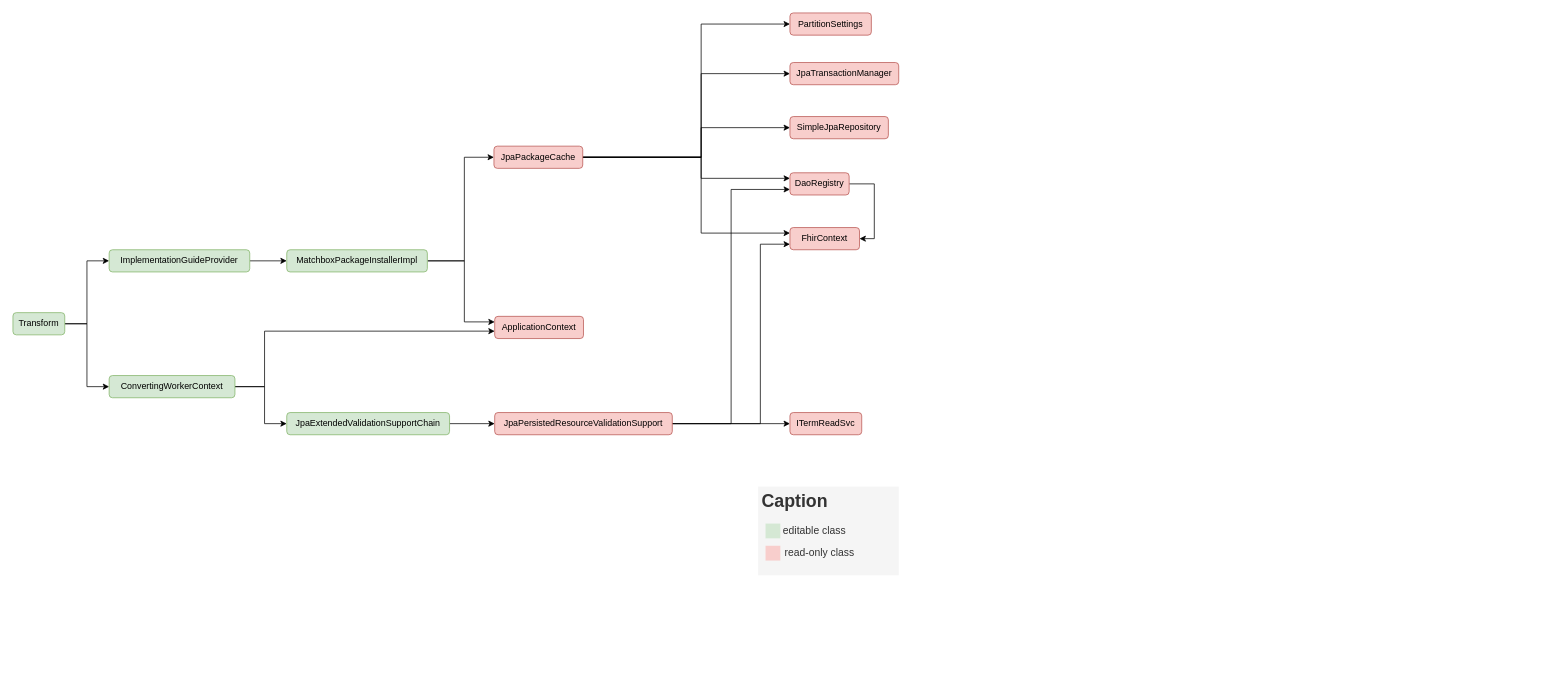
Above: graph/dependency_graph.drawio in ronaldo-loureiro/matchbox (draw.io), before the change. Source tidied: cells renumbered, new cells numbered last; positions are measured from the earlier drawing's top-left corner, leaving out a move shared by most shapes. Both pictures are drawn from the tidied source at 74%, with x=0, y=0 at pixel (13, 13).
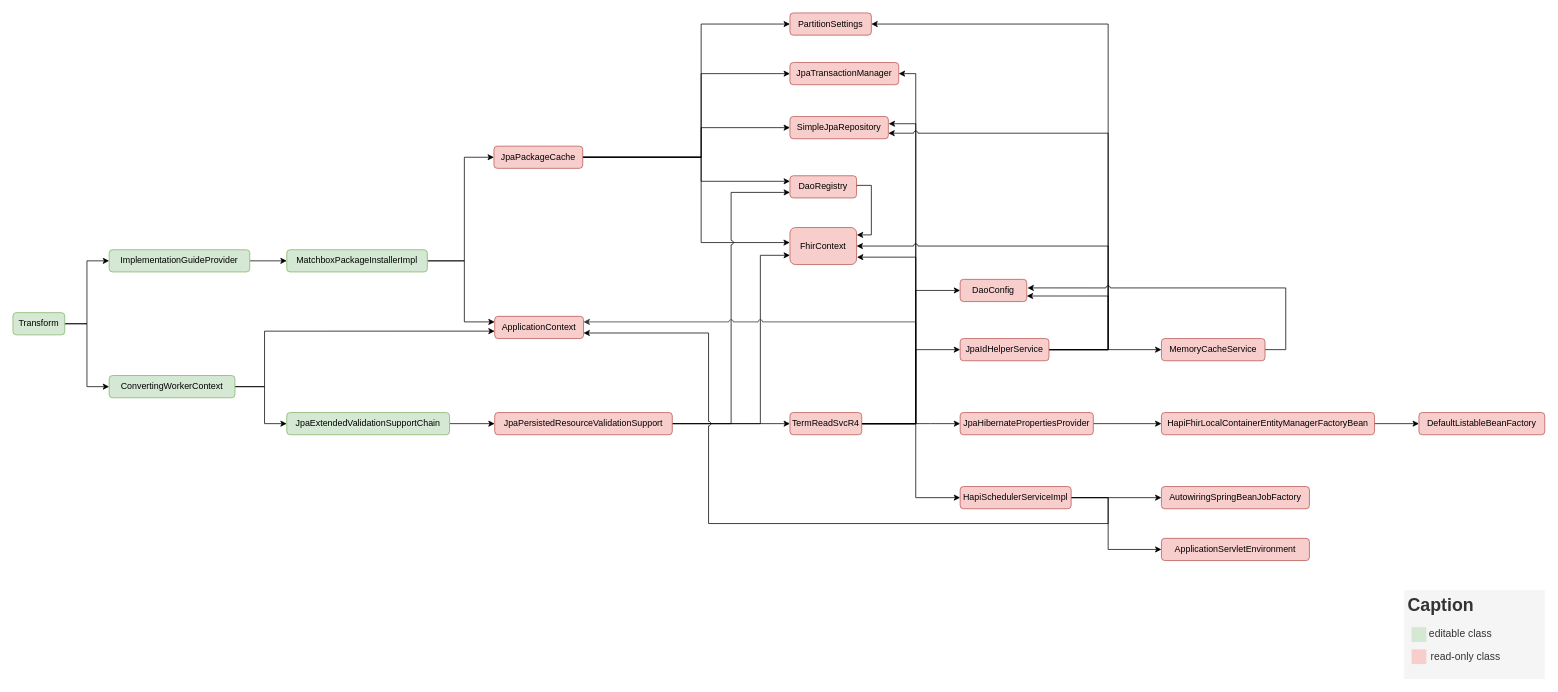
Above is the later version.

Commit message (it also covers changes not shown here):
dependency graph update

Unchanged cells that the change refers to:
```xml
<mxCell id="18" value="JpaPackageCache" style="rounded=1;whiteSpace=wrap;html=1;fillColor=#f8cecc;strokeColor=#b85450;" parent="1" vertex="1">
  <mxGeometry x="650" y="180" width="120" height="30" as="geometry" />
</mxCell>
<mxCell id="19" value="ApplicationContext" style="rounded=1;whiteSpace=wrap;html=1;fillColor=#f8cecc;strokeColor=#b85450;" parent="1" vertex="1">
  <mxGeometry x="651" y="410" width="120" height="30" as="geometry" />
</mxCell>
<mxCell id="27" value="JpaTransactionManager" style="rounded=1;whiteSpace=wrap;html=1;fillColor=#f8cecc;strokeColor=#b85450;" parent="1" vertex="1">
  <mxGeometry x="1050" y="67" width="147" height="30" as="geometry" />
</mxCell>
<mxCell id="28" value="PartitionSettings" style="rounded=1;whiteSpace=wrap;html=1;fillColor=#f8cecc;strokeColor=#b85450;" parent="1" vertex="1">
  <mxGeometry x="1050" width="110" height="30" as="geometry" />
</mxCell>
<mxCell id="34" value="JpaPersistedResourceValidationSupport" style="rounded=1;whiteSpace=wrap;html=1;fillColor=#f8cecc;strokeColor=#b85450;" parent="1" vertex="1">
  <mxGeometry x="651" y="540" width="240" height="30" as="geometry" />
</mxCell>
<mxCell id="36" value="SimpleJpaRepository" style="rounded=1;whiteSpace=wrap;html=1;fillColor=#f8cecc;strokeColor=#b85450;" parent="1" vertex="1">
  <mxGeometry x="1050" y="140" width="133" height="30" as="geometry" />
</mxCell>
```

What changed in the source:
```diff
@@
-    <mxCell id="14" style="edgeStyle=orthogonalEdgeStyle;rounded=0;jettySize=auto;html=1;entryX=0;entryY=0.25;entryDx=0;entryDy=0;" parent="1" edge="1" source="18" target="26">
+    <mxCell id="14" style="edgeStyle=orthogonalEdgeStyle;rounded=0;jettySize=auto;html=1;entryX=-0.002;entryY=0.406;entryDx=0;entryDy=0;jumpStyle=arc;entryPerimeter=0;" parent="1" edge="1" source="18" target="26">
       <mxGeometry relative="1" as="geometry">
         <Array as="points">
           <mxPoint x="930" y="195" />
-          <mxPoint x="930" y="297" />
+          <mxPoint x="930" y="310" />
+          <mxPoint x="1050" y="310" />
         </Array>
       </mxGeometry>
     </mxCell>
@@
+    <mxCell id="17" style="edgeStyle=orthogonalEdgeStyle;rounded=0;jettySize=auto;html=1;entryX=0;entryY=0.5;entryDx=0;entryDy=0;" parent="1" edge="1" source="18" target="36">
+      <mxGeometry relative="1" as="geometry">
+        <Array as="points">
+          <mxPoint x="930" y="195" />
+          <mxPoint x="930" y="155" />
+        </Array>
+      </mxGeometry>
+    </mxCell>
-    <mxCell id="16" style="edgeStyle=orthogonalEdgeStyle;rounded=0;jettySize=auto;html=1;entryX=0;entryY=0.25;entryDx=0;entryDy=0;" parent="1" edge="1" source="18" target="25">
+    <mxCell id="16" style="edgeStyle=orthogonalEdgeStyle;rounded=0;jumpStyle=arc;jettySize=auto;html=1;entryX=0;entryY=0.25;entryDx=0;entryDy=0;strokeColor=default;" parent="1" edge="1" source="18" target="25">
       <mxGeometry relative="1" as="geometry">
         <Array as="points">
           <mxPoint x="930" y="195" />
-          <mxPoint x="930" y="223" />
+          <mxPoint x="930" y="227" />
         </Array>
       </mxGeometry>
     </mxCell>
-    <mxCell id="17" style="edgeStyle=orthogonalEdgeStyle;rounded=0;jettySize=auto;html=1;entryX=0;entryY=0.5;entryDx=0;entryDy=0;" parent="1" edge="1" source="18" target="36">
-      <mxGeometry relative="1" as="geometry">
-        <Array as="points">
-          <mxPoint x="930" y="195" />
-          <mxPoint x="930" y="155" />
-        </Array>
-      </mxGeometry>
-    </mxCell>
@@
     <mxCell id="20" style="group;" parent="1" vertex="1">
-      <mxGeometry x="1007" y="640" width="190" height="120" as="geometry" />
+      <mxGeometry x="1880" y="780" width="190" height="120" as="geometry" />
     </mxCell>
@@
-    <mxCell id="24" style="edgeStyle=orthogonalEdgeStyle;rounded=0;jettySize=auto;html=1;entryX=1;entryY=0.5;entryDx=0;entryDy=0;" parent="1" edge="1" source="25" target="26">
+    <mxCell id="24" style="edgeStyle=orthogonalEdgeStyle;rounded=0;jettySize=auto;html=1;exitX=1;exitY=0.5;exitDx=0;exitDy=0;entryX=1.004;entryY=0.198;entryDx=0;entryDy=0;entryPerimeter=0;" parent="1" edge="1" source="25" target="26">
       <mxGeometry relative="1" as="geometry">
         <Array as="points">
-          <mxPoint x="1164" y="231" />
-          <mxPoint x="1164" y="305" />
+          <mxPoint x="1160" y="233" />
+          <mxPoint x="1160" y="300" />
         </Array>
       </mxGeometry>
     </mxCell>
     <mxCell id="25" value="DaoRegistry" style="rounded=1;whiteSpace=wrap;html=1;fillColor=#f8cecc;strokeColor=#b85450;" parent="1" vertex="1">
-      <mxGeometry x="1050" y="216" width="80" height="30" as="geometry" />
+      <mxGeometry x="1050" y="220" width="90" height="30" as="geometry" />
     </mxCell>
     <mxCell id="26" value="FhirContext" style="rounded=1;whiteSpace=wrap;html=1;fillColor=#f8cecc;strokeColor=#b85450;direction=east;" parent="1" vertex="1">
-      <mxGeometry x="1050" y="290" width="94" height="30" as="geometry" />
+      <mxGeometry x="1050" y="290" width="90" height="50" as="geometry" />
     </mxCell>
@@
     <mxCell id="31" style="edgeStyle=orthogonalEdgeStyle;rounded=0;jettySize=auto;html=1;entryX=0;entryY=0.75;entryDx=0;entryDy=0;exitX=1;exitY=0.5;exitDx=0;exitDy=0;" parent="1" edge="1" source="34" target="26">
       <mxGeometry relative="1" as="geometry">
         <Array as="points">
           <mxPoint x="1010" y="555" />
-          <mxPoint x="1010" y="313" />
+          <mxPoint x="1010" y="328" />
+          <mxPoint x="1050" y="328" />
         </Array>
       </mxGeometry>
     </mxCell>
@@
-    <mxCell id="33" style="edgeStyle=orthogonalEdgeStyle;rounded=0;jettySize=auto;html=1;entryX=0;entryY=0.75;entryDx=0;entryDy=0;" parent="1" edge="1" source="34" target="25">
+    <mxCell id="33" style="edgeStyle=orthogonalEdgeStyle;rounded=0;jettySize=auto;html=1;entryX=0;entryY=0.75;entryDx=0;entryDy=0;jumpStyle=arc;" parent="1" edge="1" source="34" target="25">
       <mxGeometry relative="1" as="geometry" />
     </mxCell>
@@
+    <mxCell id="37" style="edgeStyle=orthogonalEdgeStyle;rounded=0;jettySize=auto;html=1;exitX=1;exitY=0.5;exitDx=0;exitDy=0;entryX=1.006;entryY=0.8;entryDx=0;entryDy=0;entryPerimeter=0;" parent="1" edge="1" source="35" target="26">
+      <mxGeometry relative="1" as="geometry">
+        <Array as="points">
+          <mxPoint x="1220" y="555" />
+          <mxPoint x="1220" y="330" />
+        </Array>
+      </mxGeometry>
+    </mxCell>
+    <mxCell id="38" style="edgeStyle=orthogonalEdgeStyle;rounded=0;jettySize=auto;html=1;entryX=1;entryY=0.25;entryDx=0;entryDy=0;strokeColor=#333333;sketch=0;jumpStyle=arc;" parent="1" edge="1" source="35" target="19">
+      <mxGeometry relative="1" as="geometry">
+        <Array as="points">
+          <mxPoint x="1220" y="555" />
+          <mxPoint x="1220" y="418" />
+          <mxPoint x="771" y="418" />
+        </Array>
+      </mxGeometry>
+    </mxCell>
+    <mxCell id="39" style="edgeStyle=orthogonalEdgeStyle;rounded=0;jettySize=auto;html=1;entryX=1.003;entryY=0.323;entryDx=0;entryDy=0;entryPerimeter=0;" parent="1" edge="1" source="35" target="36">
+      <mxGeometry relative="1" as="geometry">
+        <Array as="points">
+          <mxPoint x="1220" y="555" />
+          <mxPoint x="1220" y="150" />
+        </Array>
+      </mxGeometry>
+    </mxCell>
+    <mxCell id="40" style="edgeStyle=orthogonalEdgeStyle;rounded=0;jettySize=auto;html=1;entryX=1;entryY=0.5;entryDx=0;entryDy=0;" parent="1" edge="1" source="35" target="27">
+      <mxGeometry relative="1" as="geometry">
+        <Array as="points">
+          <mxPoint x="1220" y="555" />
+          <mxPoint x="1220" y="82" />
+        </Array>
+      </mxGeometry>
+    </mxCell>
+    <mxCell id="41" style="edgeStyle=orthogonalEdgeStyle;rounded=0;jettySize=auto;html=1;entryX=0;entryY=0.5;entryDx=0;entryDy=0;" parent="1" edge="1" source="35" target="54">
+      <mxGeometry relative="1" as="geometry">
+        <Array as="points">
+          <mxPoint x="1220" y="555" />
+          <mxPoint x="1220" y="455" />
+        </Array>
+      </mxGeometry>
+    </mxCell>
+    <mxCell id="42" style="edgeStyle=orthogonalEdgeStyle;rounded=0;jettySize=auto;html=1;entryX=0;entryY=0.5;entryDx=0;entryDy=0;" parent="1" edge="1" source="35" target="48">
+      <mxGeometry relative="1" as="geometry">
+        <Array as="points">
+          <mxPoint x="1220" y="555" />
+          <mxPoint x="1220" y="655" />
+        </Array>
+      </mxGeometry>
+    </mxCell>
+    <mxCell id="43" style="edgeStyle=orthogonalEdgeStyle;rounded=0;jettySize=auto;html=1;entryX=0;entryY=0.5;entryDx=0;entryDy=0;" parent="1" edge="1" source="35" target="56">
+      <mxGeometry relative="1" as="geometry">
+        <Array as="points">
+          <mxPoint x="1240" y="555" />
+          <mxPoint x="1240" y="555" />
+        </Array>
+      </mxGeometry>
+    </mxCell>
+    <mxCell id="44" style="edgeStyle=orthogonalEdgeStyle;rounded=0;jumpStyle=arc;jettySize=auto;html=1;entryX=0;entryY=0.5;entryDx=0;entryDy=0;strokeColor=default;" parent="1" edge="1" source="35" target="61">
+      <mxGeometry relative="1" as="geometry">
+        <Array as="points">
+          <mxPoint x="1220" y="555" />
+          <mxPoint x="1220" y="375" />
+        </Array>
+      </mxGeometry>
+    </mxCell>
-    <mxCell id="35" value="ITermReadSvc" style="rounded=1;whiteSpace=wrap;html=1;fillColor=#f8cecc;strokeColor=#b85450;" parent="1" vertex="1">
+    <mxCell id="35" value="TermReadSvcR4" style="rounded=1;whiteSpace=wrap;html=1;fillColor=#f8cecc;strokeColor=#b85450;" parent="1" vertex="1">
       <mxGeometry x="1050" y="540" width="97" height="30" as="geometry" />
     </mxCell>
@@
+    <mxCell id="45" style="edgeStyle=orthogonalEdgeStyle;rounded=0;jettySize=auto;html=1;entryX=0;entryY=0.5;entryDx=0;entryDy=0;" parent="1" edge="1" source="48" target="59">
+      <mxGeometry relative="1" as="geometry" />
+    </mxCell>
+    <mxCell id="46" style="edgeStyle=orthogonalEdgeStyle;rounded=0;jettySize=auto;html=1;entryX=1;entryY=0.75;entryDx=0;entryDy=0;jumpStyle=arc;exitX=1;exitY=0.5;exitDx=0;exitDy=0;" parent="1" edge="1" source="48" target="19">
+      <mxGeometry relative="1" as="geometry">
+        <Array as="points">
+          <mxPoint x="1480" y="655" />
+          <mxPoint x="1480" y="690" />
+          <mxPoint x="940" y="690" />
+          <mxPoint x="940" y="432" />
+        </Array>
+      </mxGeometry>
+    </mxCell>
+    <mxCell id="47" style="edgeStyle=orthogonalEdgeStyle;rounded=0;jumpStyle=arc;jettySize=auto;html=1;entryX=0;entryY=0.5;entryDx=0;entryDy=0;" parent="1" edge="1" source="48" target="60">
+      <mxGeometry relative="1" as="geometry">
+        <Array as="points">
+          <mxPoint x="1480" y="655" />
+          <mxPoint x="1480" y="725" />
+        </Array>
+      </mxGeometry>
+    </mxCell>
+    <mxCell id="48" value="HapiSchedulerServiceImpl" style="rounded=1;whiteSpace=wrap;html=1;fillColor=#f8cecc;strokeColor=#b85450;" parent="1" vertex="1">
+      <mxGeometry x="1280" y="640" width="150" height="30" as="geometry" />
+    </mxCell>
+    <mxCell id="49" style="edgeStyle=orthogonalEdgeStyle;rounded=0;jumpStyle=arc;jettySize=auto;html=1;entryX=1;entryY=0.75;entryDx=0;entryDy=0;" parent="1" edge="1" source="54" target="36">
+      <mxGeometry relative="1" as="geometry">
+        <Array as="points">
+          <mxPoint x="1480" y="455" />
+          <mxPoint x="1480" y="163" />
+        </Array>
+      </mxGeometry>
+    </mxCell>
+    <mxCell id="50" style="edgeStyle=orthogonalEdgeStyle;rounded=0;jumpStyle=arc;jettySize=auto;html=1;entryX=1;entryY=0.5;entryDx=0;entryDy=0;strokeColor=default;" parent="1" edge="1" source="54" target="26">
+      <mxGeometry relative="1" as="geometry">
+        <Array as="points">
+          <mxPoint x="1480" y="455" />
+          <mxPoint x="1480" y="315" />
+        </Array>
+      </mxGeometry>
+    </mxCell>
+    <mxCell id="51" style="edgeStyle=orthogonalEdgeStyle;rounded=0;jumpStyle=arc;jettySize=auto;html=1;entryX=0;entryY=0.5;entryDx=0;entryDy=0;strokeColor=default;" parent="1" edge="1" source="54" target="63">
+      <mxGeometry relative="1" as="geometry" />
+    </mxCell>
+    <mxCell id="52" style="edgeStyle=orthogonalEdgeStyle;rounded=0;jumpStyle=arc;jettySize=auto;html=1;entryX=1;entryY=0.75;entryDx=0;entryDy=0;strokeColor=default;" parent="1" edge="1" source="54" target="61">
+      <mxGeometry relative="1" as="geometry">
+        <Array as="points">
+          <mxPoint x="1480" y="455" />
+          <mxPoint x="1480" y="383" />
+        </Array>
+      </mxGeometry>
+    </mxCell>
+    <mxCell id="53" style="edgeStyle=orthogonalEdgeStyle;rounded=0;jumpStyle=arc;jettySize=auto;html=1;entryX=1;entryY=0.5;entryDx=0;entryDy=0;strokeColor=default;" parent="1" edge="1" source="54" target="28">
+      <mxGeometry relative="1" as="geometry">
+        <Array as="points">
+          <mxPoint x="1480" y="455" />
+          <mxPoint x="1480" y="15" />
+        </Array>
+      </mxGeometry>
+    </mxCell>
+    <mxCell id="54" value="JpaIdHelperService" style="rounded=1;whiteSpace=wrap;html=1;fillColor=#f8cecc;strokeColor=#b85450;" parent="1" vertex="1">
+      <mxGeometry x="1280" y="440" width="120" height="30" as="geometry" />
+    </mxCell>
+    <mxCell id="55" style="edgeStyle=orthogonalEdgeStyle;rounded=0;jettySize=auto;html=1;entryX=0;entryY=0.5;entryDx=0;entryDy=0;" parent="1" edge="1" source="56" target="58">
+      <mxGeometry relative="1" as="geometry" />
+    </mxCell>
+    <mxCell id="56" value="JpaHibernatePropertiesProvider" style="rounded=1;whiteSpace=wrap;html=1;fillColor=#f8cecc;strokeColor=#b85450;" parent="1" vertex="1">
+      <mxGeometry x="1280" y="540" width="180" height="30" as="geometry" />
+    </mxCell>
+    <mxCell id="57" style="edgeStyle=orthogonalEdgeStyle;rounded=0;jumpStyle=arc;jettySize=auto;html=1;entryX=0;entryY=0.5;entryDx=0;entryDy=0;strokeColor=default;" parent="1" edge="1" source="58" target="64">
+      <mxGeometry relative="1" as="geometry" />
+    </mxCell>
+    <mxCell id="58" value="HapiFhirLocalContainerEntityManagerFactoryBean" style="rounded=1;whiteSpace=wrap;html=1;fillColor=#f8cecc;strokeColor=#b85450;" parent="1" vertex="1">
+      <mxGeometry x="1552" y="540" width="288" height="30" as="geometry" />
+    </mxCell>
+    <mxCell id="59" value="AutowiringSpringBeanJobFactory" style="rounded=1;whiteSpace=wrap;html=1;fillColor=#f8cecc;strokeColor=#b85450;" parent="1" vertex="1">
+      <mxGeometry x="1552" y="640" width="200" height="30" as="geometry" />
+    </mxCell>
+    <mxCell id="60" value="ApplicationServletEnvironment" style="rounded=1;whiteSpace=wrap;html=1;fillColor=#f8cecc;strokeColor=#b85450;" parent="1" vertex="1">
+      <mxGeometry x="1552" y="710" width="200" height="30" as="geometry" />
+    </mxCell>
+    <mxCell id="61" value="DaoConfig" style="rounded=1;whiteSpace=wrap;html=1;fillColor=#f8cecc;strokeColor=#b85450;" parent="1" vertex="1">
+      <mxGeometry x="1280" y="360" width="90" height="30" as="geometry" />
+    </mxCell>
+    <mxCell id="62" style="edgeStyle=orthogonalEdgeStyle;rounded=0;jumpStyle=arc;jettySize=auto;html=1;entryX=1.011;entryY=0.386;entryDx=0;entryDy=0;entryPerimeter=0;strokeColor=default;" parent="1" edge="1" source="63" target="61">
+      <mxGeometry relative="1" as="geometry">
+        <Array as="points">
+          <mxPoint x="1720" y="455" />
+          <mxPoint x="1720" y="372" />
+        </Array>
+      </mxGeometry>
+    </mxCell>
+    <mxCell id="63" value="MemoryCacheService" style="rounded=1;whiteSpace=wrap;html=1;fillColor=#f8cecc;strokeColor=#b85450;" parent="1" vertex="1">
+      <mxGeometry x="1552" y="440" width="140" height="30" as="geometry" />
+    </mxCell>
+    <mxCell id="64" value="DefaultListableBeanFactory" style="rounded=1;whiteSpace=wrap;html=1;fillColor=#f8cecc;strokeColor=#b85450;" parent="1" vertex="1">
+      <mxGeometry x="1900" y="540" width="170" height="30" as="geometry" />
+    </mxCell>
```
